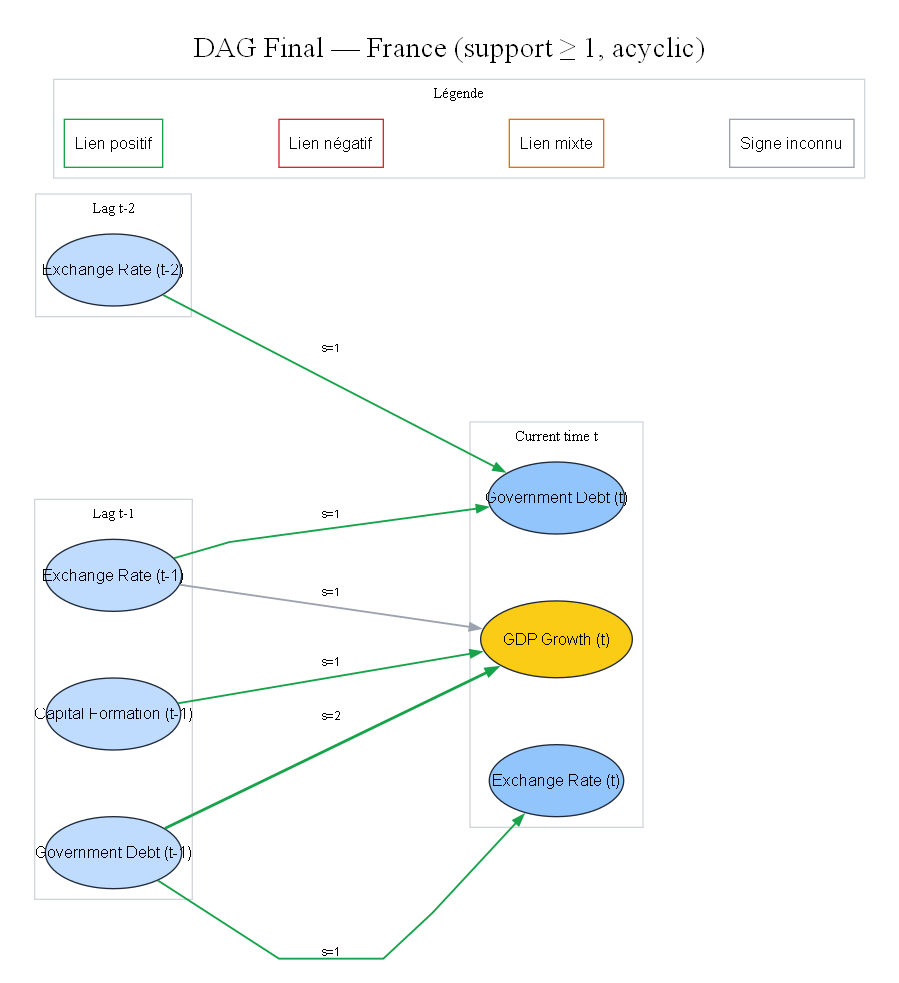
Above: reports/figures/phase3E_dag/France/dag_final_France.png in biabakuya/causal-ml-macroeconomic-analysis (Graphviz), before the change. Its source is kept beside it as reports/figures/phase3E_dag/France/dag_final_France.dot. Its diagram source:
```dot
digraph DAG {
	bgcolor=white fontsize=22 label="DAG Final — France (support ≥ 1, acyclic)" labelloc=t pad=0.25 rankdir=LR
	graph [concentrate=false nodesep=0.7 overlap=false ranksep=1.0 splines=polyline]
	node [color="#1f2937" fontname=Helvetica fontsize=12 shape=ellipse style=filled]
	edge [arrowsize=0.8 fontname=Helvetica fontsize=9]
	subgraph cluster_t2 {
		color="#d1d5db" fontsize=11 label="Lag t-2"
		rank=same
		"Exchange_Rate__t-2" [label="Exchange Rate (t-2)" fillcolor="#bfdbfe" fixedsize=true fontcolor=black height=0.75 width=1.4]
	}
	subgraph cluster_t1 {
		color="#d1d5db" fontsize=11 label="Lag t-1"
		rank=same
		"Capital_Formation__t-1" [label="Capital Formation (t-1)" fillcolor="#bfdbfe" fixedsize=true fontcolor=black height=0.75 width=1.4]
		"Exchange_Rate__t-1" [label="Exchange Rate (t-1)" fillcolor="#bfdbfe" fixedsize=true fontcolor=black height=0.75 width=1.4200000000000002]
		"Government_Debt__t-1" [label="Government Debt (t-1)" fillcolor="#bfdbfe" fixedsize=true fontcolor=black height=0.75 width=1.4200000000000002]
	}
	subgraph cluster_t {
		color="#d1d5db" fontsize=11 label="Current time t"
		rank=same
		Exchange_Rate__t [label="Exchange Rate (t)" fillcolor="#93c5fd" fixedsize=true fontcolor=black height=0.75 width=1.4]
		GDP_Growth__t [label="GDP Growth (t)" fillcolor="#facc15" fixedsize=true fontcolor=black height=0.8 width=1.58]
		Government_Debt__t [label="Government Debt (t)" fillcolor="#93c5fd" fixedsize=true fontcolor=black height=0.75 width=1.4200000000000002]
	}
	"Government_Debt__t-1" -> GDP_Growth__t [label="s=2" color="#16a34a" minlen=2 penwidth=2.0999999999999996]
	"Capital_Formation__t-1" -> GDP_Growth__t [label="s=1" color="#16a34a" minlen=2 penwidth=1.4]
	"Exchange_Rate__t-2" -> Government_Debt__t [label="s=1" color="#16a34a" minlen=2 penwidth=1.4]
	"Exchange_Rate__t-1" -> Government_Debt__t [label="s=1" color="#16a34a" minlen=2 penwidth=1.4]
	"Government_Debt__t-1" -> Exchange_Rate__t [label="s=1" color="#16a34a" minlen=2 penwidth=1.4]
	"Exchange_Rate__t-1" -> GDP_Growth__t [label="s=1" color="#9ca3af" minlen=2 penwidth=1.4]
	subgraph cluster_legend {
		color="#d1d5db" fontsize=11 label="Légende"
		Lpos [label="Lien positif" color="#16a34a" fillcolor=white shape=box style=filled]
		Lneg [label="Lien négatif" color="#dc2626" fillcolor=white shape=box style=filled]
		Lmix [label="Lien mixte" color="#d97706" fillcolor=white shape=box style=filled]
		Lunk [label="Signe inconnu" color="#9ca3af" fillcolor=white shape=box style=filled]
		Lpos -> Lneg [style=invis]
		Lneg -> Lmix [style=invis]
		Lmix -> Lunk [style=invis]
	}
}
```
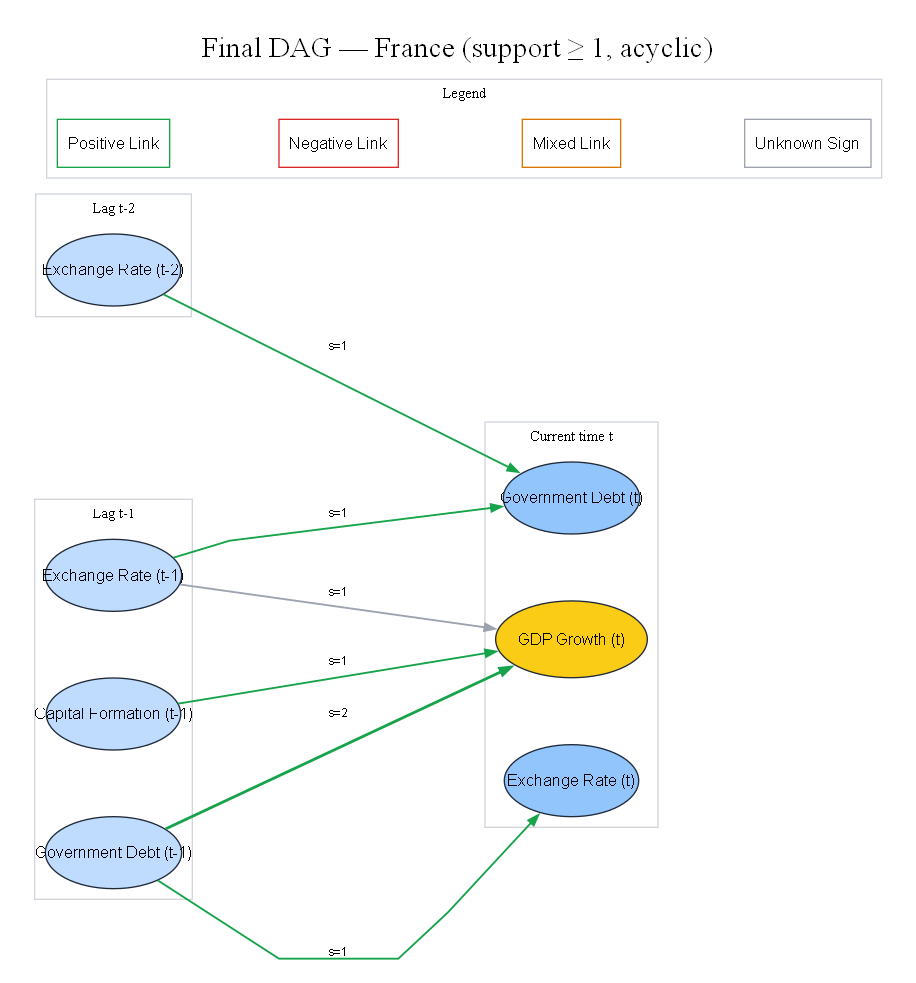
The same file after the commit.

The edit, as a diff of the source:
```diff
@@ -1,5 +1,5 @@
 digraph DAG {
-	bgcolor=white fontsize=22 label="DAG Final — France (support ≥ 1, acyclic)" labelloc=t pad=0.25 rankdir=LR
+	bgcolor=white fontsize=22 label="Final DAG — France (support ≥ 1, acyclic)" labelloc=t pad=0.25 rankdir=LR
 	graph [concentrate=false nodesep=0.7 overlap=false ranksep=1.0 splines=polyline]
 	node [color="#1f2937" fontname=Helvetica fontsize=12 shape=ellipse style=filled]
 	edge [arrowsize=0.8 fontname=Helvetica fontsize=9]
@@ -29,11 +29,11 @@
 	"Government_Debt__t-1" -> Exchange_Rate__t [label="s=1" color="#16a34a" minlen=2 penwidth=1.4]
 	"Exchange_Rate__t-1" -> GDP_Growth__t [label="s=1" color="#9ca3af" minlen=2 penwidth=1.4]
 	subgraph cluster_legend {
-		color="#d1d5db" fontsize=11 label="Légende"
-		Lpos [label="Lien positif" color="#16a34a" fillcolor=white shape=box style=filled]
-		Lneg [label="Lien négatif" color="#dc2626" fillcolor=white shape=box style=filled]
-		Lmix [label="Lien mixte" color="#d97706" fillcolor=white shape=box style=filled]
-		Lunk [label="Signe inconnu" color="#9ca3af" fillcolor=white shape=box style=filled]
+		color="#d1d5db" fontsize=11 label=Legend
+		Lpos [label="Positive Link" color="#16a34a" fillcolor=white shape=box style=filled]
+		Lneg [label="Negative Link" color="#dc2626" fillcolor=white shape=box style=filled]
+		Lmix [label="Mixed Link" color="#d97706" fillcolor=white shape=box style=filled]
+		Lunk [label="Unknown Sign" color="#9ca3af" fillcolor=white shape=box style=filled]
 		Lpos -> Lneg [style=invis]
 		Lneg -> Lmix [style=invis]
 		Lmix -> Lunk [style=invis]
```
